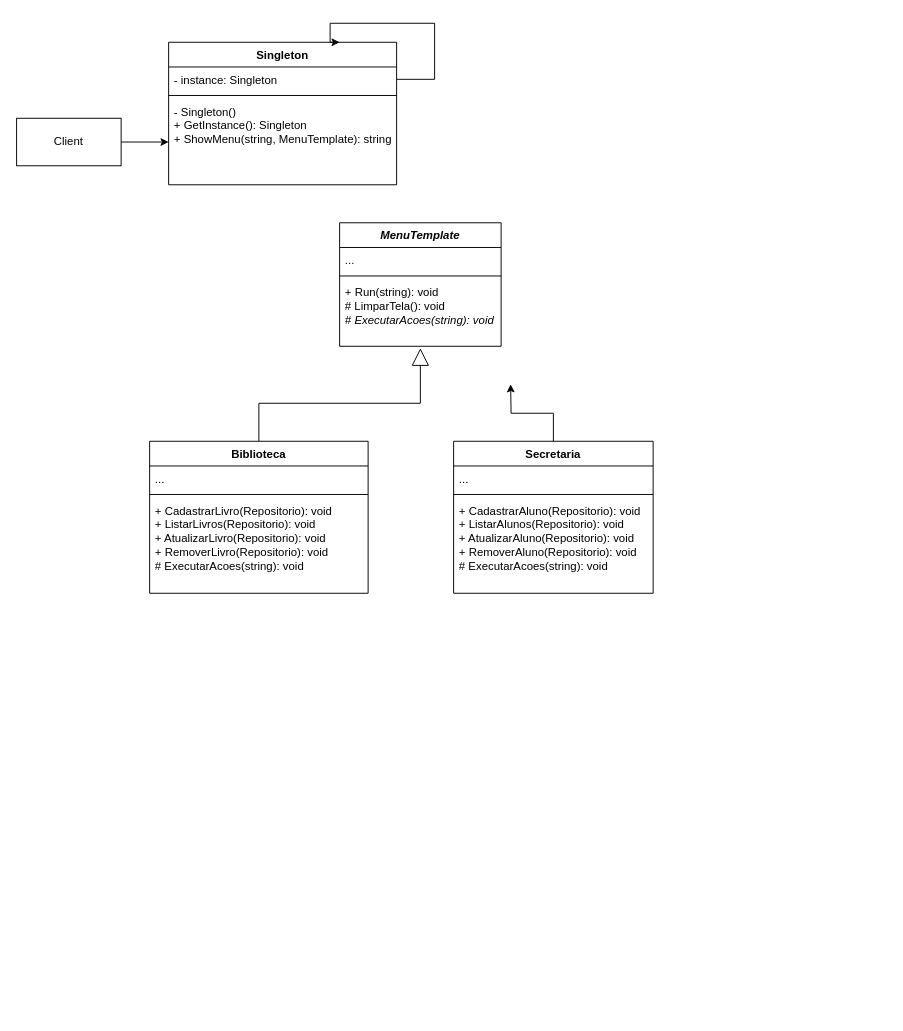
Before: Diagrama.drawio in GustavoHenriqueSchneider/DesignPatternUMC, a draw.io diagram. Source tidied: cells renumbered, new cells numbered last; positions are measured from the earlier drawing's top-left corner, leaving out a move shared by most shapes. Both pictures are drawn from the tidied source at 95%, with x=0, y=0 at pixel (16, 23).
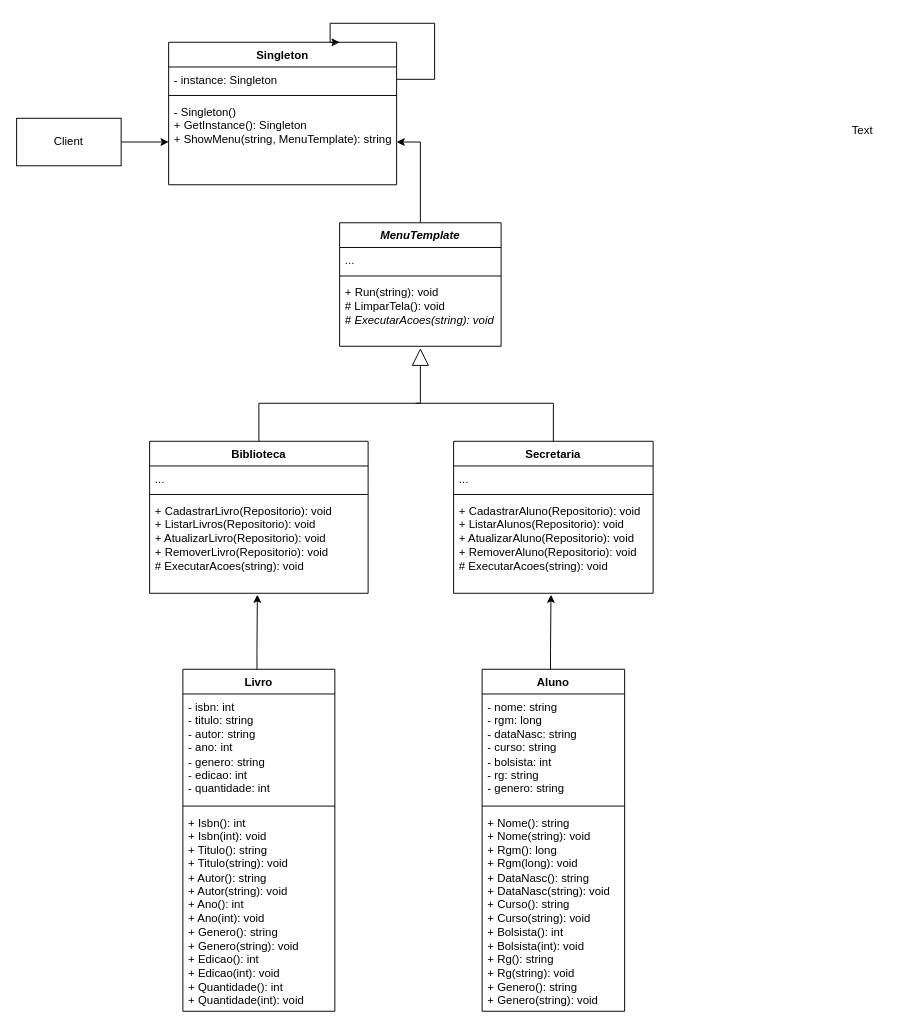
The same diagram, later.

The change refers to these unchanged cells:
```xml
<mxCell id="6" value="&lt;div&gt;- Singleton()&lt;/div&gt;+ GetInstance(): Singleton&lt;div&gt;+ ShowMenu(string, MenuTemplate): string&lt;/div&gt;" style="text;strokeColor=none;fillColor=none;align=left;verticalAlign=top;spacingLeft=4;spacingRight=4;overflow=hidden;points=[[0,0.5],[1,0.5]];portConstraint=eastwest;whiteSpace=wrap;html=1;" parent="2" vertex="1">
  <mxGeometry y="60" width="240" height="90" as="geometry" />
</mxCell>
<mxCell id="9" value="&lt;i&gt;MenuTemplate&lt;/i&gt;" style="swimlane;fontStyle=1;align=center;verticalAlign=top;horizontal=1;startSize=26;whiteSpace=wrap;html=1;" parent="1" vertex="1">
  <mxGeometry x="340" y="210" width="170" height="130" as="geometry" />
</mxCell>
<mxCell id="16" value="+ CadastrarLivro(Repositorio): void&lt;div&gt;+ ListarLivros(Repositorio): void&lt;br&gt;&lt;/div&gt;&lt;div&gt;+ AtualizarLivro(Repositorio): void&lt;br&gt;&lt;/div&gt;&lt;div&gt;+ RemoverLivro(Repositorio): void&lt;br&gt;&lt;/div&gt;&lt;div&gt;# ExecutarAcoes(string): void&lt;/div&gt;" style="text;strokeColor=none;fillColor=none;align=left;verticalAlign=top;spacingLeft=4;spacingRight=4;overflow=hidden;points=[[0,0.5],[1,0.5]];portConstraint=eastwest;whiteSpace=wrap;html=1;" parent="13" vertex="1">
  <mxGeometry y="60" width="230" height="100" as="geometry" />
</mxCell>
<mxCell id="18" value="Secretaria" style="swimlane;fontStyle=1;align=center;verticalAlign=top;horizontal=1;startSize=26;whiteSpace=wrap;html=1;" parent="1" vertex="1">
  <mxGeometry x="460" y="440" width="210" height="160" as="geometry" />
</mxCell>
<mxCell id="21" value="+ CadastrarAluno(Repositorio): void&lt;div&gt;+ ListarAlunos(Repositorio): void&lt;br&gt;&lt;/div&gt;&lt;div&gt;+ AtualizarAluno(Repositorio): void&lt;br&gt;&lt;/div&gt;&lt;div&gt;+ RemoverAluno(Repositorio): void&lt;br&gt;&lt;/div&gt;&lt;div&gt;# ExecutarAcoes(string): void&lt;br&gt;&lt;/div&gt;" style="text;strokeColor=none;fillColor=none;align=left;verticalAlign=top;spacingLeft=4;spacingRight=4;overflow=hidden;points=[[0,0.5],[1,0.5]];portConstraint=eastwest;whiteSpace=wrap;html=1;" parent="18" vertex="1">
  <mxGeometry y="60" width="210" height="100" as="geometry" />
</mxCell>
```

Diff of the diagram source:
```diff
@@
+    <mxCell id="23" style="edgeStyle=orthogonalEdgeStyle;rounded=0;jettySize=auto;html=1;entryX=1;entryY=0.5;entryDx=0;entryDy=0;" parent="1" edge="1" source="9" target="6">
+      <mxGeometry relative="1" as="geometry" />
+    </mxCell>
@@
-    <mxCell id="17" style="edgeStyle=orthogonalEdgeStyle;rounded=0;jettySize=auto;html=1;" parent="1" edge="1" source="18">
-      <mxGeometry relative="1" as="geometry">
-        <mxPoint x="520" y="380" as="targetPoint" />
-      </mxGeometry>
-    </mxCell>
@@
+    <mxCell id="24" style="endArrow=none;html=1;edgeStyle=orthogonalEdgeStyle;rounded=0;entryX=0.5;entryY=0;entryDx=0;entryDy=0;" parent="1" edge="1" target="18">
+      <mxGeometry relative="1" as="geometry">
+        <mxPoint x="420" y="400" as="sourcePoint" />
+        <Array as="points">
+          <mxPoint x="565" y="400" />
+        </Array>
+      </mxGeometry>
+    </mxCell>
+    <mxCell id="25" value="Text" style="text;html=1;align=center;verticalAlign=middle;strokeColor=none;fillColor=none;" parent="1" vertex="1">
+      <mxGeometry x="865" y="98" width="50" height="30" as="geometry" />
+    </mxCell>
+    <mxCell id="26" value="Livro" style="swimlane;fontStyle=1;align=center;verticalAlign=top;horizontal=1;startSize=26;whiteSpace=wrap;html=1;" parent="1" vertex="1">
+      <mxGeometry x="175" y="680" width="160" height="360" as="geometry" />
+    </mxCell>
+    <mxCell id="27" value="- isbn: int&lt;div&gt;- titulo: string&lt;br&gt;&lt;/div&gt;&lt;div&gt;- autor: string&lt;br&gt;&lt;/div&gt;&lt;div&gt;- ano: int&lt;br&gt;&lt;/div&gt;&lt;div&gt;- genero: string&lt;br&gt;&lt;/div&gt;&lt;div&gt;- edicao: int&lt;br&gt;&lt;/div&gt;&lt;div&gt;- quantidade: int&lt;br&gt;&lt;/div&gt;" style="text;strokeColor=none;fillColor=none;align=left;verticalAlign=top;spacingLeft=4;spacingRight=4;overflow=hidden;whiteSpace=wrap;html=1;" parent="26" vertex="1">
+      <mxGeometry y="26" width="160" height="114" as="geometry" />
+    </mxCell>
+    <mxCell id="28" style="line;strokeWidth=1;fillColor=none;align=left;verticalAlign=middle;spacingTop=-1;spacingLeft=3;spacingRight=3;labelPosition=right;strokeColor=inherit;" parent="26" vertex="1">
+      <mxGeometry y="140" width="160" height="8" as="geometry" />
+    </mxCell>
+    <mxCell id="29" value="+ Isbn(): int&lt;br&gt;+ Isbn(int): void&lt;div&gt;+ Titulo(): string&lt;br&gt;+ Titulo(string): void&lt;br&gt;&lt;/div&gt;&lt;div&gt;+ Autor(): string&lt;br&gt;+ Autor(string): void&lt;br&gt;&lt;/div&gt;&lt;div&gt;+ Ano(): int&lt;br&gt;+ Ano(int): void&lt;br&gt;&lt;/div&gt;&lt;div&gt;+ Genero(): string&lt;br&gt;+ Genero(string): void&lt;br&gt;&lt;/div&gt;&lt;div&gt;+ Edicao(): int&lt;br&gt;+ Edicao(int): void&lt;br&gt;&lt;/div&gt;&lt;div&gt;+ Quantidade(): int&lt;br&gt;+ Quantidade(int): void&lt;br&gt;&lt;/div&gt;" style="text;strokeColor=none;fillColor=none;align=left;verticalAlign=top;spacingLeft=4;spacingRight=4;overflow=hidden;whiteSpace=wrap;html=1;" parent="26" vertex="1">
+      <mxGeometry y="148" width="160" height="212" as="geometry" />
+    </mxCell>
+    <mxCell id="30" value="Aluno" style="swimlane;fontStyle=1;align=center;verticalAlign=top;horizontal=1;startSize=26;whiteSpace=wrap;html=1;" parent="1" vertex="1">
+      <mxGeometry x="490" y="680" width="150" height="360" as="geometry" />
+    </mxCell>
+    <mxCell id="31" value="- nome: string&lt;div&gt;- rgm: long&lt;br&gt;&lt;/div&gt;&lt;div&gt;- dataNasc: string&lt;br&gt;&lt;/div&gt;&lt;div&gt;- curso: string&lt;br&gt;&lt;/div&gt;&lt;div&gt;- bolsista: int&lt;br&gt;&lt;/div&gt;&lt;div&gt;- rg: string&lt;br&gt;&lt;/div&gt;&lt;div&gt;- genero: string&lt;/div&gt;" style="text;strokeColor=none;fillColor=none;align=left;verticalAlign=top;spacingLeft=4;spacingRight=4;overflow=hidden;whiteSpace=wrap;html=1;" parent="30" vertex="1">
+      <mxGeometry y="26" width="150" height="114" as="geometry" />
+    </mxCell>
+    <mxCell id="32" style="line;strokeWidth=1;fillColor=none;align=left;verticalAlign=middle;spacingTop=-1;spacingLeft=3;spacingRight=3;labelPosition=right;strokeColor=inherit;" parent="30" vertex="1">
+      <mxGeometry y="140" width="150" height="8" as="geometry" />
+    </mxCell>
+    <mxCell id="33" value="+ Nome(): string&lt;br&gt;+ Nome(string): void&lt;div&gt;+ Rgm(): long&lt;br&gt;+ Rgm(long): void&lt;br&gt;&lt;/div&gt;&lt;div&gt;+ DataNasc(): string&lt;br&gt;+ DataNasc(string): void&lt;br&gt;&lt;/div&gt;&lt;div&gt;+ Curso(): string&lt;br&gt;+ Curso(string): void&lt;br&gt;&lt;/div&gt;&lt;div&gt;+ Bolsista(): int&lt;br&gt;+ Bolsista(int): void&lt;br&gt;&lt;/div&gt;&lt;div&gt;+ Rg(): string&lt;br&gt;+ Rg(string): void&lt;br&gt;&lt;/div&gt;&lt;div&gt;+ Genero(): string&lt;br&gt;+ Genero(string): void&lt;/div&gt;" style="text;strokeColor=none;fillColor=none;align=left;verticalAlign=top;spacingLeft=4;spacingRight=4;overflow=hidden;whiteSpace=wrap;html=1;" parent="30" vertex="1">
+      <mxGeometry y="148" width="150" height="212" as="geometry" />
+    </mxCell>
+    <mxCell id="34" style="edgeStyle=orthogonalEdgeStyle;rounded=0;jettySize=auto;html=1;entryX=0.488;entryY=1.015;entryDx=0;entryDy=0;entryPerimeter=0;" parent="1" edge="1" source="30" target="21">
+      <mxGeometry relative="1" as="geometry">
+        <Array as="points">
+          <mxPoint x="562" y="660" />
+          <mxPoint x="562" y="660" />
+        </Array>
+      </mxGeometry>
+    </mxCell>
+    <mxCell id="35" style="edgeStyle=orthogonalEdgeStyle;rounded=0;jettySize=auto;html=1;entryX=0.493;entryY=1.015;entryDx=0;entryDy=0;entryPerimeter=0;" parent="1" edge="1" source="26" target="16">
+      <mxGeometry relative="1" as="geometry">
+        <Array as="points">
+          <mxPoint x="253" y="660" />
+          <mxPoint x="253" y="660" />
+        </Array>
+      </mxGeometry>
+    </mxCell>
```
